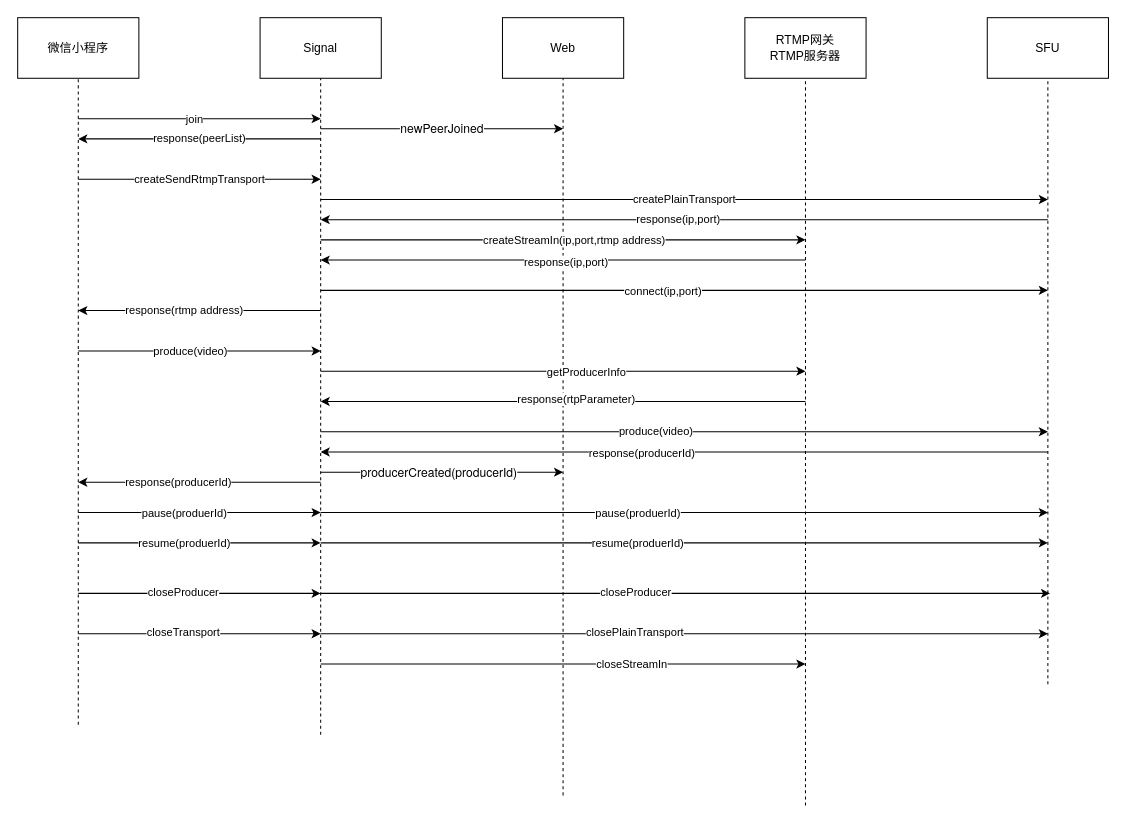
This is page "Page-14" (12 of 13) of Untitled Diagram.drawio from craterone/imgs, a draw.io file, before an edit. Source tidied: cells renumbered, new cells numbered last; positions are measured from the earlier drawing's top-left corner, leaving out a move shared by most shapes. Both pictures are drawn from the tidied source at 101%, with x=0, y=0 at pixel (17, 17).
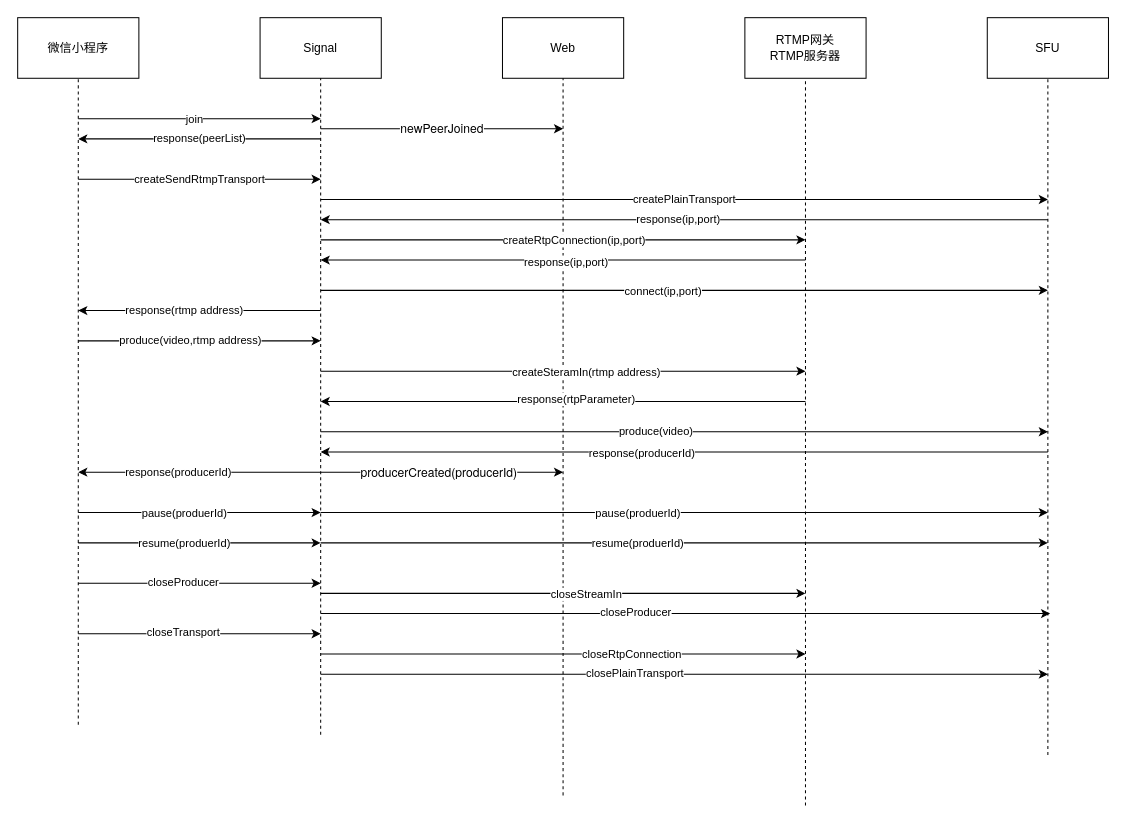
The same page after the edit.

Unchanged cells that the change refers to:
```xml
<mxCell id="15" value="SFU" style="rounded=0;whiteSpace=wrap;html=1;" parent="1" vertex="1">
  <mxGeometry x="960" width="120" height="60" as="geometry" />
</mxCell>
<mxCell id="20" style="endArrow=classic;html=1;" parent="1" edge="1">
  <mxGeometry relative="1" as="geometry">
    <mxPoint x="300" y="220" as="sourcePoint" />
    <mxPoint x="780" y="220" as="targetPoint" />
  </mxGeometry>
</mxCell>
<mxCell id="32" style="endArrow=classic;html=1;" parent="1" edge="1">
  <mxGeometry relative="1" as="geometry">
    <mxPoint x="300" y="350" as="sourcePoint" />
    <mxPoint x="780" y="350" as="targetPoint" />
  </mxGeometry>
</mxCell>
```

Diff of the diagram source:
```diff
@@
     <mxCell id="16" style="endArrow=none;dashed=1;html=1;entryX=0.5;entryY=1;entryDx=0;entryDy=0;" parent="1" edge="1" target="15">
       <mxGeometry relative="1" as="geometry">
-        <mxPoint x="1020" y="660" as="sourcePoint" />
+        <mxPoint x="1020" y="730" as="sourcePoint" />
       </mxGeometry>
     </mxCell>
@@
-    <mxCell id="21" value="createStreamIn(ip,port,rtmp address)" style="edgeLabel;html=1;align=center;verticalAlign=middle;" parent="20" vertex="1">
+    <mxCell id="21" value="createRtpConnection(ip,port)" style="edgeLabel;html=1;align=center;verticalAlign=middle;" parent="20" vertex="1">
       <mxGeometry x="0.04" relative="1" as="geometry" />
     </mxCell>
@@
     <mxCell id="28" style="endArrow=classic;html=1;" parent="1" edge="1">
       <mxGeometry relative="1" as="geometry">
-        <mxPoint x="60" y="330" as="sourcePoint" />
-        <mxPoint x="300" y="330" as="targetPoint" />
+        <mxPoint x="60" y="320" as="sourcePoint" />
+        <mxPoint x="300" y="320" as="targetPoint" />
       </mxGeometry>
     </mxCell>
-    <mxCell id="29" value="produce(video)" style="edgeLabel;html=1;align=center;verticalAlign=middle;" parent="28" vertex="1">
+    <mxCell id="29" value="produce(video,rtmp address)" style="edgeLabel;html=1;align=center;verticalAlign=middle;" parent="28" vertex="1">
       <mxGeometry x="-0.08" y="1" relative="1" as="geometry" />
     </mxCell>
@@
-    <mxCell id="33" value="getProducerInfo" style="edgeLabel;html=1;align=center;verticalAlign=middle;" parent="32" vertex="1">
+    <mxCell id="33" value="createSteramIn(rtmp address)" style="edgeLabel;html=1;align=center;verticalAlign=middle;" parent="32" vertex="1">
       <mxGeometry x="0.09" relative="1" as="geometry" />
     </mxCell>
@@
     <mxCell id="38" style="endArrow=classic;html=1;" parent="1" edge="1">
       <mxGeometry relative="1" as="geometry">
-        <mxPoint x="300" y="460" as="sourcePoint" />
-        <mxPoint x="60" y="460" as="targetPoint" />
+        <mxPoint x="300" y="450" as="sourcePoint" />
+        <mxPoint x="60" y="450" as="targetPoint" />
       </mxGeometry>
     </mxCell>
@@
     <mxCell id="48" style="endArrow=classic;html=1;" parent="1" edge="1">
       <mxGeometry relative="1" as="geometry">
-        <mxPoint x="60" y="570" as="sourcePoint" />
-        <mxPoint x="300" y="570" as="targetPoint" />
+        <mxPoint x="60" y="560" as="sourcePoint" />
+        <mxPoint x="300" y="560" as="targetPoint" />
       </mxGeometry>
     </mxCell>
@@
     <mxCell id="50" style="endArrow=classic;html=1;" parent="1" edge="1">
       <mxGeometry relative="1" as="geometry">
-        <mxPoint x="300" y="570" as="sourcePoint" />
-        <mxPoint x="1022.2" y="570" as="targetPoint" />
+        <mxPoint x="300" y="590" as="sourcePoint" />
+        <mxPoint x="1022.2" y="590" as="targetPoint" />
       </mxGeometry>
     </mxCell>
@@
     <mxCell id="54" style="endArrow=classic;html=1;" parent="1" edge="1">
       <mxGeometry relative="1" as="geometry">
-        <mxPoint x="300" y="610" as="sourcePoint" />
-        <mxPoint x="1020" y="610" as="targetPoint" />
+        <mxPoint x="300" y="650" as="sourcePoint" />
+        <mxPoint x="1020" y="650" as="targetPoint" />
       </mxGeometry>
     </mxCell>
@@
     <mxCell id="56" style="endArrow=classic;html=1;" parent="1" edge="1">
       <mxGeometry relative="1" as="geometry">
-        <mxPoint x="300" y="640" as="sourcePoint" />
-        <mxPoint x="780" y="640" as="targetPoint" />
+        <mxPoint x="300" y="630" as="sourcePoint" />
+        <mxPoint x="780" y="630" as="targetPoint" />
       </mxGeometry>
     </mxCell>
-    <mxCell id="57" value="closeStreamIn" style="edgeLabel;html=1;align=center;verticalAlign=middle;" parent="56" vertex="1">
+    <mxCell id="57" value="closeRtpConnection" style="edgeLabel;html=1;align=center;verticalAlign=middle;" parent="56" vertex="1">
       <mxGeometry x="0.28" y="1" relative="1" as="geometry" />
     </mxCell>
@@
+    <mxCell id="60" style="endArrow=classic;html=1;" parent="1" edge="1">
+      <mxGeometry relative="1" as="geometry">
+        <mxPoint x="300" y="570" as="sourcePoint" />
+        <mxPoint x="780" y="570" as="targetPoint" />
+      </mxGeometry>
+    </mxCell>
+    <mxCell id="61" value="closeStreamIn" style="edgeLabel;html=1;align=center;verticalAlign=middle;" parent="60" vertex="1">
+      <mxGeometry x="0.09" relative="1" as="geometry" />
+    </mxCell>
```
